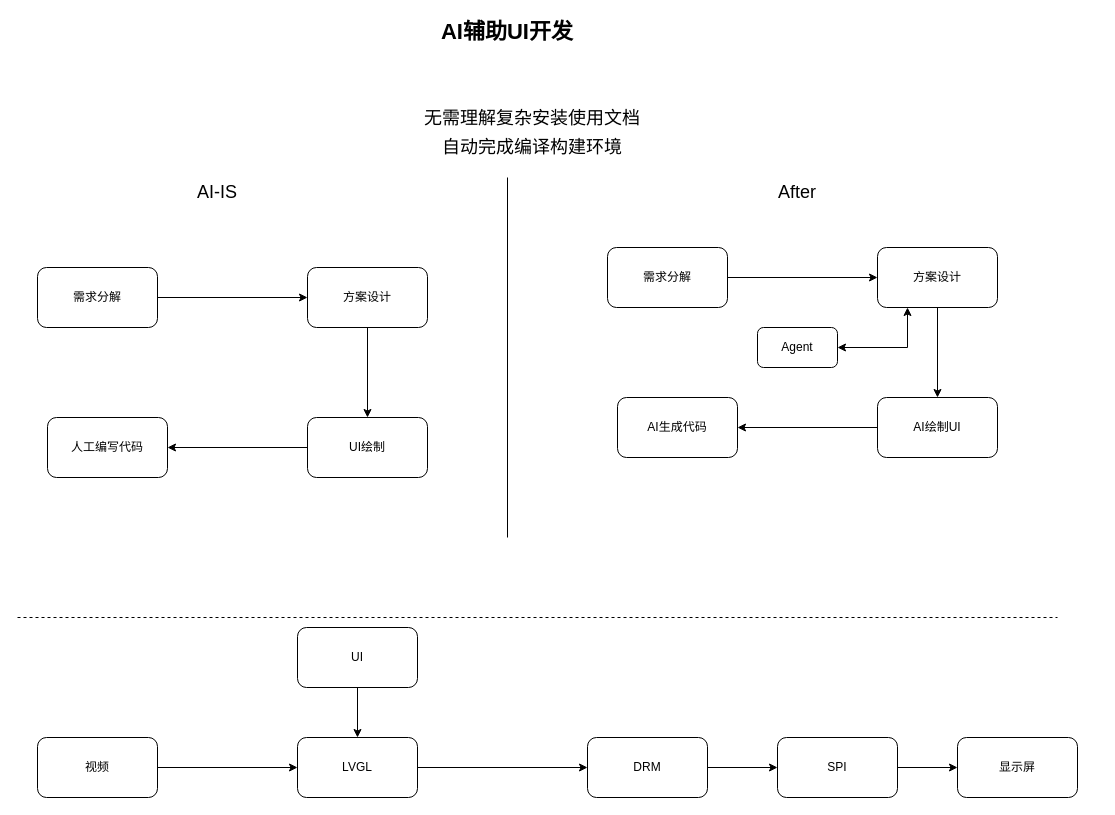
This is page "UI设计开发" (2 of 7) of 未命名绘图.drawio from halfmonth/record, a draw.io file, before an edit. Source tidied: cells renumbered, new cells numbered last; positions are measured from the earlier drawing's top-left corner, leaving out a move shared by most shapes. Both pictures are drawn from the tidied source at 100%, with x=0, y=0 at pixel (17, 17).
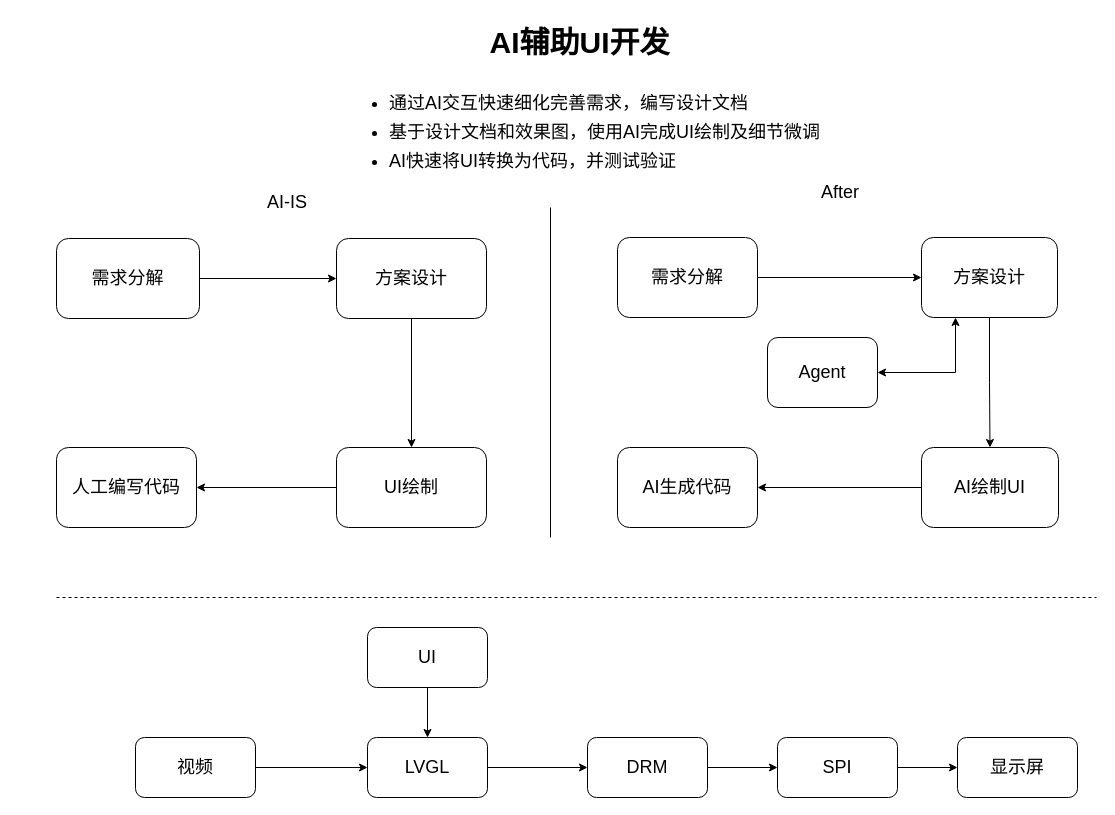
The same page after the edit.

What changed in the source:
```diff
@@
     <mxCell id="2" style="endArrow=none;html=1;rounded=0;" parent="1" edge="1">
       <mxGeometry relative="1" as="geometry">
-        <mxPoint x="490" y="520" as="sourcePoint" />
-        <mxPoint x="490" y="160" as="targetPoint" />
+        <mxPoint x="533" y="520" as="sourcePoint" />
+        <mxPoint x="533" y="190" as="targetPoint" />
       </mxGeometry>
     </mxCell>
-    <mxCell id="3" value="&lt;font style=&quot;font-size: 18px;&quot;&gt;AI-IS&lt;/font&gt;" style="text;html=1;whiteSpace=wrap;strokeColor=none;fillColor=none;align=center;verticalAlign=middle;rounded=0;" parent="1" vertex="1">
-      <mxGeometry x="170" y="160" width="60" height="30" as="geometry" />
+    <mxCell id="3" value="&lt;font&gt;AI-IS&lt;/font&gt;" style="text;html=1;whiteSpace=wrap;strokeColor=none;fillColor=none;align=center;verticalAlign=middle;rounded=0;fontSize=18;" parent="1" vertex="1">
+      <mxGeometry x="240" y="170" width="60" height="30" as="geometry" />
     </mxCell>
-    <mxCell id="4" value="&lt;font style=&quot;font-size: 18px;&quot;&gt;After&lt;/font&gt;" style="text;html=1;whiteSpace=wrap;strokeColor=none;fillColor=none;align=center;verticalAlign=middle;rounded=0;" parent="1" vertex="1">
-      <mxGeometry x="750" y="160" width="60" height="30" as="geometry" />
+    <mxCell id="4" value="&lt;font&gt;After&lt;/font&gt;" style="text;html=1;whiteSpace=wrap;strokeColor=none;fillColor=none;align=center;verticalAlign=middle;rounded=0;fontSize=18;" parent="1" vertex="1">
+      <mxGeometry x="793" y="160" width="60" height="30" as="geometry" />
     </mxCell>
-    <mxCell id="5" style="edgeStyle=orthogonalEdgeStyle;rounded=0;jettySize=auto;html=1;entryX=0;entryY=0.5;entryDx=0;entryDy=0;" parent="1" edge="1" source="6" target="8">
+    <mxCell id="5" style="edgeStyle=orthogonalEdgeStyle;rounded=0;jettySize=auto;html=1;entryX=0;entryY=0.5;entryDx=0;entryDy=0;fontSize=18;" parent="1" edge="1" source="6" target="8">
       <mxGeometry relative="1" as="geometry" />
     </mxCell>
-    <mxCell id="6" value="需求分解" style="rounded=1;whiteSpace=wrap;html=1;" parent="1" vertex="1">
-      <mxGeometry x="20" y="250" width="120" height="60" as="geometry" />
+    <mxCell id="6" value="需求分解" style="rounded=1;whiteSpace=wrap;html=1;fontSize=18;" parent="1" vertex="1">
+      <mxGeometry x="39" y="221" width="143" height="80" as="geometry" />
     </mxCell>
-    <mxCell id="7" style="edgeStyle=orthogonalEdgeStyle;rounded=0;jettySize=auto;html=1;entryX=0.5;entryY=0;entryDx=0;entryDy=0;" parent="1" edge="1" source="8" target="10">
+    <mxCell id="7" style="edgeStyle=orthogonalEdgeStyle;rounded=0;jettySize=auto;html=1;entryX=0.5;entryY=0;entryDx=0;entryDy=0;fontSize=18;" parent="1" edge="1" source="8" target="10">
       <mxGeometry relative="1" as="geometry" />
     </mxCell>
-    <mxCell id="8" value="方案设计" style="rounded=1;whiteSpace=wrap;html=1;" parent="1" vertex="1">
-      <mxGeometry x="290" y="250" width="120" height="60" as="geometry" />
+    <mxCell id="8" value="方案设计" style="rounded=1;whiteSpace=wrap;html=1;fontSize=18;" parent="1" vertex="1">
+      <mxGeometry x="319" y="221" width="150" height="80" as="geometry" />
     </mxCell>
-    <mxCell id="9" style="edgeStyle=orthogonalEdgeStyle;rounded=0;jettySize=auto;html=1;entryX=1;entryY=0.5;entryDx=0;entryDy=0;" parent="1" edge="1" source="10" target="11">
+    <mxCell id="9" style="edgeStyle=orthogonalEdgeStyle;rounded=0;jettySize=auto;html=1;entryX=1;entryY=0.5;entryDx=0;entryDy=0;fontSize=18;" parent="1" edge="1" source="10" target="11">
       <mxGeometry relative="1" as="geometry" />
     </mxCell>
-    <mxCell id="10" value="UI绘制" style="rounded=1;whiteSpace=wrap;html=1;" parent="1" vertex="1">
-      <mxGeometry x="290" y="400" width="120" height="60" as="geometry" />
+    <mxCell id="10" value="UI绘制" style="rounded=1;whiteSpace=wrap;html=1;fontSize=18;" parent="1" vertex="1">
+      <mxGeometry x="319" y="430" width="150" height="80" as="geometry" />
     </mxCell>
-    <mxCell id="11" value="人工编写代码" style="rounded=1;whiteSpace=wrap;html=1;" parent="1" vertex="1">
-      <mxGeometry x="30" y="400" width="120" height="60" as="geometry" />
+    <mxCell id="11" value="人工编写代码" style="rounded=1;whiteSpace=wrap;html=1;fontSize=18;" parent="1" vertex="1">
+      <mxGeometry x="39" y="430" width="140" height="80" as="geometry" />
     </mxCell>
-    <mxCell id="12" style="edgeStyle=orthogonalEdgeStyle;rounded=0;jettySize=auto;html=1;entryX=0;entryY=0.5;entryDx=0;entryDy=0;" parent="1" edge="1" source="13" target="15">
+    <mxCell id="12" style="edgeStyle=orthogonalEdgeStyle;rounded=0;jettySize=auto;html=1;entryX=0;entryY=0.5;entryDx=0;entryDy=0;fontSize=18;" parent="1" edge="1" source="13" target="15">
       <mxGeometry relative="1" as="geometry" />
     </mxCell>
-    <mxCell id="13" value="需求分解" style="rounded=1;whiteSpace=wrap;html=1;" parent="1" vertex="1">
-      <mxGeometry x="590" y="230" width="120" height="60" as="geometry" />
+    <mxCell id="13" value="需求分解" style="rounded=1;whiteSpace=wrap;html=1;fontSize=18;" parent="1" vertex="1">
+      <mxGeometry x="600" y="220" width="140" height="80" as="geometry" />
     </mxCell>
-    <mxCell id="14" style="edgeStyle=orthogonalEdgeStyle;rounded=0;jettySize=auto;html=1;entryX=0.5;entryY=0;entryDx=0;entryDy=0;" parent="1" edge="1" source="15" target="17">
+    <mxCell id="14" style="edgeStyle=orthogonalEdgeStyle;rounded=0;jettySize=auto;html=1;entryX=0.5;entryY=0;entryDx=0;entryDy=0;fontSize=18;" parent="1" edge="1" source="15" target="17">
       <mxGeometry relative="1" as="geometry" />
     </mxCell>
-    <mxCell id="15" value="方案设计" style="rounded=1;whiteSpace=wrap;html=1;" parent="1" vertex="1">
-      <mxGeometry x="860" y="230" width="120" height="60" as="geometry" />
+    <mxCell id="15" value="方案设计" style="rounded=1;whiteSpace=wrap;html=1;fontSize=18;" parent="1" vertex="1">
+      <mxGeometry x="904" y="220" width="136" height="80" as="geometry" />
     </mxCell>
-    <mxCell id="16" style="edgeStyle=orthogonalEdgeStyle;rounded=0;jettySize=auto;html=1;entryX=1;entryY=0.5;entryDx=0;entryDy=0;" parent="1" edge="1" source="17" target="18">
+    <mxCell id="16" style="edgeStyle=orthogonalEdgeStyle;rounded=0;jettySize=auto;html=1;entryX=1;entryY=0.5;entryDx=0;entryDy=0;fontSize=18;" parent="1" edge="1" source="17" target="18">
       <mxGeometry relative="1" as="geometry" />
     </mxCell>
-    <mxCell id="17" value="AI绘制UI" style="rounded=1;whiteSpace=wrap;html=1;" parent="1" vertex="1">
-      <mxGeometry x="860" y="380" width="120" height="60" as="geometry" />
+    <mxCell id="17" value="AI绘制UI" style="rounded=1;whiteSpace=wrap;html=1;fontSize=18;" parent="1" vertex="1">
+      <mxGeometry x="904" y="430" width="137" height="80" as="geometry" />
     </mxCell>
-    <mxCell id="18" value="AI生成代码" style="rounded=1;whiteSpace=wrap;html=1;" parent="1" vertex="1">
-      <mxGeometry x="600" y="380" width="120" height="60" as="geometry" />
+    <mxCell id="18" value="AI生成代码" style="rounded=1;whiteSpace=wrap;html=1;fontSize=18;" parent="1" vertex="1">
+      <mxGeometry x="600" y="430" width="140" height="80" as="geometry" />
     </mxCell>
-    <mxCell id="19" style="edgeStyle=orthogonalEdgeStyle;rounded=0;jettySize=auto;html=1;entryX=0.25;entryY=1;entryDx=0;entryDy=0;startArrow=classic;startFill=1;" parent="1" edge="1" source="20" target="15">
+    <mxCell id="19" style="edgeStyle=orthogonalEdgeStyle;rounded=0;jettySize=auto;html=1;entryX=0.25;entryY=1;entryDx=0;entryDy=0;startArrow=classic;startFill=1;fontSize=18;" parent="1" edge="1" source="20" target="15">
       <mxGeometry relative="1" as="geometry" />
     </mxCell>
-    <mxCell id="20" value="Agent" style="rounded=1;whiteSpace=wrap;html=1;" parent="1" vertex="1">
-      <mxGeometry x="740" y="310" width="80" height="40" as="geometry" />
+    <mxCell id="20" value="Agent" style="rounded=1;whiteSpace=wrap;html=1;fontSize=18;" parent="1" vertex="1">
+      <mxGeometry x="750" y="320" width="110" height="70" as="geometry" />
     </mxCell>
-    <mxCell id="21" style="edgeStyle=orthogonalEdgeStyle;rounded=0;jettySize=auto;html=1;entryX=0;entryY=0.5;entryDx=0;entryDy=0;" parent="1" edge="1" source="22" target="24">
+    <mxCell id="21" style="edgeStyle=orthogonalEdgeStyle;rounded=0;jettySize=auto;html=1;entryX=0;entryY=0.5;entryDx=0;entryDy=0;fontSize=18;" parent="1" edge="1" source="22" target="24">
       <mxGeometry relative="1" as="geometry" />
     </mxCell>
-    <mxCell id="22" value="LVGL" style="rounded=1;whiteSpace=wrap;html=1;" parent="1" vertex="1">
-      <mxGeometry x="280" y="720" width="120" height="60" as="geometry" />
+    <mxCell id="22" value="LVGL" style="rounded=1;whiteSpace=wrap;html=1;fontSize=18;" parent="1" vertex="1">
+      <mxGeometry x="350" y="720" width="120" height="60" as="geometry" />
     </mxCell>
-    <mxCell id="23" style="edgeStyle=orthogonalEdgeStyle;rounded=0;jettySize=auto;html=1;entryX=0;entryY=0.5;entryDx=0;entryDy=0;" parent="1" edge="1" source="24" target="31">
+    <mxCell id="23" style="edgeStyle=orthogonalEdgeStyle;rounded=0;jettySize=auto;html=1;entryX=0;entryY=0.5;entryDx=0;entryDy=0;fontSize=18;" parent="1" edge="1" source="24" target="31">
       <mxGeometry relative="1" as="geometry" />
     </mxCell>
-    <mxCell id="24" value="DRM" style="rounded=1;whiteSpace=wrap;html=1;" parent="1" vertex="1">
+    <mxCell id="24" value="DRM" style="rounded=1;whiteSpace=wrap;html=1;fontSize=18;" parent="1" vertex="1">
       <mxGeometry x="570" y="720" width="120" height="60" as="geometry" />
     </mxCell>
-    <mxCell id="25" style="edgeStyle=orthogonalEdgeStyle;rounded=0;jettySize=auto;html=1;entryX=0.5;entryY=0;entryDx=0;entryDy=0;" parent="1" edge="1" source="26" target="22">
+    <mxCell id="25" style="edgeStyle=orthogonalEdgeStyle;rounded=0;jettySize=auto;html=1;entryX=0.5;entryY=0;entryDx=0;entryDy=0;fontSize=18;" parent="1" edge="1" source="26" target="22">
       <mxGeometry relative="1" as="geometry" />
     </mxCell>
-    <mxCell id="26" value="UI" style="rounded=1;whiteSpace=wrap;html=1;" parent="1" vertex="1">
-      <mxGeometry x="280" y="610" width="120" height="60" as="geometry" />
+    <mxCell id="26" value="UI" style="rounded=1;whiteSpace=wrap;html=1;fontSize=18;" parent="1" vertex="1">
+      <mxGeometry x="350" y="610" width="120" height="60" as="geometry" />
     </mxCell>
-    <mxCell id="27" style="edgeStyle=orthogonalEdgeStyle;rounded=0;jettySize=auto;html=1;entryX=0;entryY=0.5;entryDx=0;entryDy=0;" parent="1" edge="1" source="28" target="22">
+    <mxCell id="27" style="edgeStyle=orthogonalEdgeStyle;rounded=0;jettySize=auto;html=1;entryX=0;entryY=0.5;entryDx=0;entryDy=0;fontSize=18;" parent="1" edge="1" source="28" target="22">
       <mxGeometry relative="1" as="geometry" />
     </mxCell>
-    <mxCell id="28" value="视频" style="rounded=1;whiteSpace=wrap;html=1;" parent="1" vertex="1">
-      <mxGeometry x="20" y="720" width="120" height="60" as="geometry" />
+    <mxCell id="28" value="视频" style="rounded=1;whiteSpace=wrap;html=1;fontSize=18;" parent="1" vertex="1">
+      <mxGeometry x="118" y="720" width="120" height="60" as="geometry" />
     </mxCell>
-    <mxCell id="29" value="显示屏" style="rounded=1;whiteSpace=wrap;html=1;" parent="1" vertex="1">
+    <mxCell id="29" value="显示屏" style="rounded=1;whiteSpace=wrap;html=1;fontSize=18;" parent="1" vertex="1">
       <mxGeometry x="940" y="720" width="120" height="60" as="geometry" />
     </mxCell>
-    <mxCell id="30" style="edgeStyle=orthogonalEdgeStyle;rounded=0;jettySize=auto;html=1;entryX=0;entryY=0.5;entryDx=0;entryDy=0;" parent="1" edge="1" source="31" target="29">
+    <mxCell id="30" style="edgeStyle=orthogonalEdgeStyle;rounded=0;jettySize=auto;html=1;entryX=0;entryY=0.5;entryDx=0;entryDy=0;fontSize=18;" parent="1" edge="1" source="31" target="29">
       <mxGeometry relative="1" as="geometry" />
     </mxCell>
-    <mxCell id="31" value="SPI" style="rounded=1;whiteSpace=wrap;html=1;" parent="1" vertex="1">
+    <mxCell id="31" value="SPI" style="rounded=1;whiteSpace=wrap;html=1;fontSize=18;" parent="1" vertex="1">
       <mxGeometry x="760" y="720" width="120" height="60" as="geometry" />
     </mxCell>
     <mxCell id="32" style="endArrow=none;html=1;rounded=0;dashed=1;" parent="1" edge="1">
       <mxGeometry relative="1" as="geometry">
-        <mxPoint y="600" as="sourcePoint" />
-        <mxPoint x="1040" y="600" as="targetPoint" />
+        <mxPoint x="39" y="580" as="sourcePoint" />
+        <mxPoint x="1079" y="580" as="targetPoint" />
       </mxGeometry>
     </mxCell>
-    <mxCell id="33" value="&lt;font style=&quot;font-size: 22px;&quot;&gt;&lt;b&gt;AI辅助UI开发&lt;/b&gt;&lt;/font&gt;" style="text;html=1;whiteSpace=wrap;strokeColor=none;fillColor=none;align=center;verticalAlign=middle;rounded=0;" parent="1" vertex="1">
-      <mxGeometry x="410" width="160" height="30" as="geometry" />
+    <mxCell id="33" value="&lt;font style=&quot;font-size: 30px;&quot;&gt;&lt;b style=&quot;&quot;&gt;AI辅助UI开发&lt;/b&gt;&lt;/font&gt;" style="text;html=1;whiteSpace=wrap;strokeColor=none;fillColor=none;align=center;verticalAlign=middle;rounded=0;" parent="1" vertex="1">
+      <mxGeometry x="435" y="10" width="255" height="30" as="geometry" />
     </mxCell>
-    <mxCell id="34" value="&lt;div style=&quot;line-height: 160%;&quot;&gt;&lt;font style=&quot;font-size: 18px; line-height: 160%;&quot;&gt;无需理解复杂安装使用文档&lt;/font&gt;&lt;div&gt;&lt;span style=&quot;font-size: 18px; line-height: 160%;&quot;&gt;自动完成编译构建环境&lt;/span&gt;&lt;/div&gt;&lt;/div&gt;" style="text;html=1;whiteSpace=wrap;strokeColor=none;fillColor=none;align=center;verticalAlign=middle;rounded=0;" parent="1" vertex="1">
-      <mxGeometry x="400" y="100" width="230" height="30" as="geometry" />
+    <mxCell id="34" value="&lt;div style=&quot;line-height: 160%;&quot;&gt;&lt;ul&gt;&lt;li&gt;&lt;span&gt;通过AI交互快速细化完善需求，编写设计文档&lt;/span&gt;&lt;/li&gt;&lt;li&gt;&lt;span&gt;基于设计文档和效果图，使用AI完成UI绘制及细节微调&lt;/span&gt;&lt;/li&gt;&lt;li&gt;&lt;span&gt;AI快速将UI转换为代码，并测试验证&lt;/span&gt;&lt;/li&gt;&lt;/ul&gt;&lt;/div&gt;" style="text;html=1;whiteSpace=wrap;strokeColor=none;fillColor=none;align=left;verticalAlign=middle;rounded=0;fontSize=18;" parent="1" vertex="1">
+      <mxGeometry x="330" y="70" width="567" height="90" as="geometry" />
     </mxCell>
```
